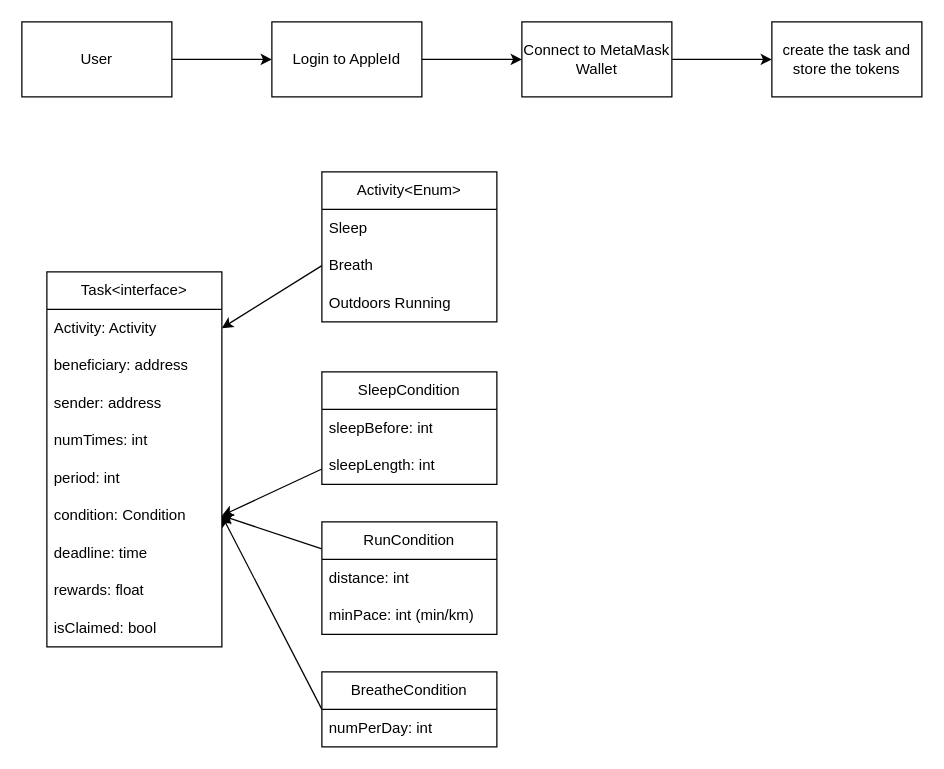
Before: page "interface" (1 of 4) of server/flowchart.drawio in jidalii/push, a draw.io diagram. Source tidied: cells renumbered, new cells numbered last; positions are measured from the earlier drawing's top-left corner, leaving out a move shared by most shapes. Both pictures are drawn from the tidied source at 125%, with x=0, y=0 at pixel (21, 21).
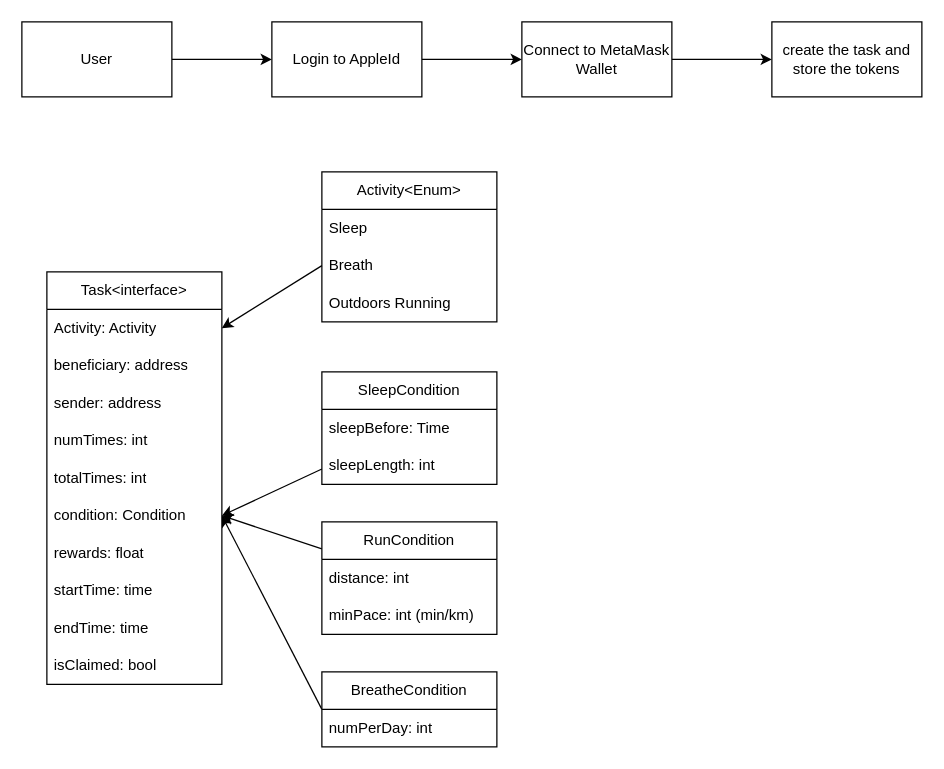
The same diagram, later.

The change refers to these unchanged cells:
```xml
<mxCell id="25" value="SleepCondition" style="swimlane;fontStyle=0;horizontal=1;startSize=30;whiteSpace=wrap;html=1;" parent="1" vertex="1">
  <mxGeometry x="240" y="280" width="140" height="90" as="geometry" />
</mxCell>
```

Diff of the diagram source:
```diff
@@
     <mxCell id="9" value="Task&amp;lt;interface&amp;gt;" style="swimlane;fontStyle=0;horizontal=1;startSize=30;whiteSpace=wrap;html=1;" parent="1" vertex="1">
-      <mxGeometry x="20" y="200" width="140" height="300" as="geometry" />
+      <mxGeometry x="20" y="200" width="140" height="330" as="geometry" />
     </mxCell>
@@
-    <mxCell id="14" value="period: int" style="text;strokeColor=none;fillColor=none;align=left;verticalAlign=middle;spacingLeft=4;spacingRight=4;overflow=hidden;whiteSpace=wrap;html=1;" parent="9" vertex="1">
+    <mxCell id="14" value="totalTimes: int" style="text;strokeColor=none;fillColor=none;align=left;verticalAlign=middle;spacingLeft=4;spacingRight=4;overflow=hidden;whiteSpace=wrap;html=1;" parent="9" vertex="1">
       <mxGeometry y="150" width="140" height="30" as="geometry" />
     </mxCell>
@@
+    <mxCell id="17" value="rewards: float" style="text;strokeColor=none;fillColor=none;align=left;verticalAlign=middle;spacingLeft=4;spacingRight=4;overflow=hidden;whiteSpace=wrap;html=1;" parent="9" vertex="1">
+      <mxGeometry y="210" width="140" height="30" as="geometry" />
+    </mxCell>
-    <mxCell id="16" value="deadline: time" style="text;strokeColor=none;fillColor=none;align=left;verticalAlign=middle;spacingLeft=4;spacingRight=4;overflow=hidden;whiteSpace=wrap;html=1;" parent="9" vertex="1">
-      <mxGeometry y="210" width="140" height="30" as="geometry" />
+    <mxCell id="16" value="startTime: time" style="text;strokeColor=none;fillColor=none;align=left;verticalAlign=middle;spacingLeft=4;spacingRight=4;overflow=hidden;whiteSpace=wrap;html=1;" parent="9" vertex="1">
+      <mxGeometry y="240" width="140" height="30" as="geometry" />
     </mxCell>
-    <mxCell id="17" value="rewards: float" style="text;strokeColor=none;fillColor=none;align=left;verticalAlign=middle;spacingLeft=4;spacingRight=4;overflow=hidden;whiteSpace=wrap;html=1;" parent="9" vertex="1">
-      <mxGeometry y="240" width="140" height="30" as="geometry" />
-    </mxCell>
+    <mxCell id="35" value="endTime: time" style="text;strokeColor=none;fillColor=none;align=left;verticalAlign=middle;spacingLeft=4;spacingRight=4;overflow=hidden;whiteSpace=wrap;html=1;" parent="9" vertex="1">
+      <mxGeometry y="270" width="140" height="30" as="geometry" />
+    </mxCell>
     <mxCell id="18" value="isClaimed: bool" style="text;strokeColor=none;fillColor=none;align=left;verticalAlign=middle;spacingLeft=4;spacingRight=4;overflow=hidden;whiteSpace=wrap;html=1;" parent="9" vertex="1">
-      <mxGeometry y="270" width="140" height="30" as="geometry" />
+      <mxGeometry y="300" width="140" height="30" as="geometry" />
     </mxCell>
@@
-    <mxCell id="26" value="sleepBefore: int" style="text;strokeColor=none;fillColor=none;align=left;verticalAlign=middle;spacingLeft=4;spacingRight=4;overflow=hidden;whiteSpace=wrap;html=1;" parent="25" vertex="1">
+    <mxCell id="26" value="sleepBefore: Time" style="text;strokeColor=none;fillColor=none;align=left;verticalAlign=middle;spacingLeft=4;spacingRight=4;overflow=hidden;whiteSpace=wrap;html=1;" parent="25" vertex="1">
       <mxGeometry y="30" width="140" height="30" as="geometry" />
     </mxCell>
```
